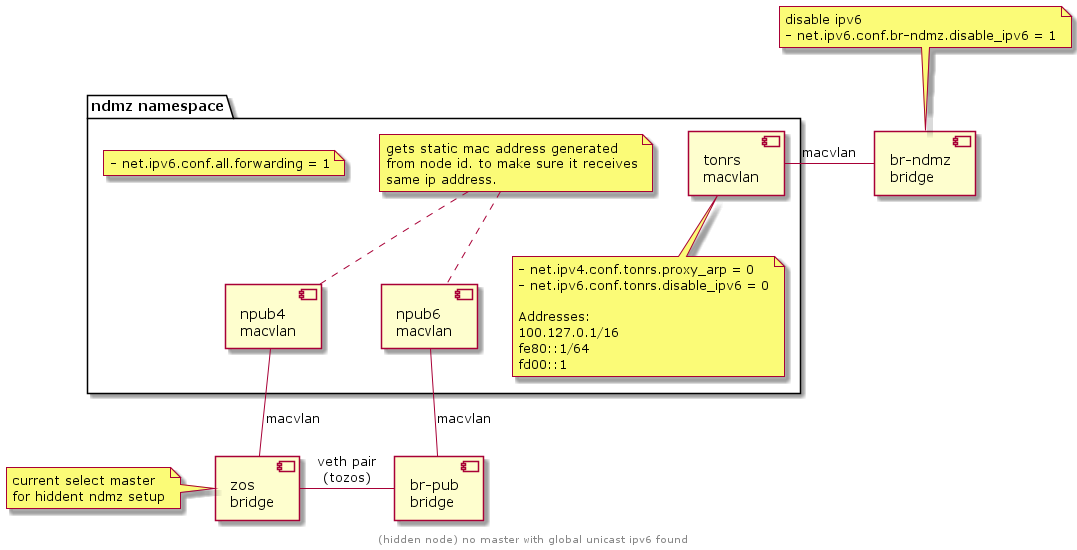
threefoldtech/zos keeps this PlantUML diagram as docs/network/topology/png/ndmz-hidden.png. Above is the earlier version. The source it was exported from:
```plantuml
@startuml
[zos\nbridge] as zos
note left of zos
current select master
for hiddent ndmz setup
end note
[br-pub\nbridge] as brpub
[br-ndmz\nbridge] as brndmz
note top of brndmz
disable ipv6
- net.ipv6.conf.br-ndmz.disable_ipv6 = 1
end note
brpub -left- zos : veth pair\n(tozos)

package "ndmz namespace" {
    [tonrs\nmacvlan] as tonrs
    note bottom of tonrs
    - net.ipv4.conf.tonrs.proxy_arp = 0
    - net.ipv6.conf.tonrs.disable_ipv6 = 0

    Addresses:
    100.127.0.1/16
    fe80::1/64
    fd00::1
    end note
    tonrs - brndmz: macvlan

    [npub6\nmacvlan] as npub6
    npub6 -right- brpub: macvlan

    [npub4\nmacvlan] as npub4
    npub4 -down- zos: macvlan

    note as MAC
    gets static mac address generated
    from node id. to make sure it receives
    same ip address.
    end note

    MAC .. npub4
    MAC .. npub6

    note as setup
    - net.ipv6.conf.all.forwarding = 1
    end note
}

footer (hidden node) no master with global unicast ipv6 found
@enduml
```
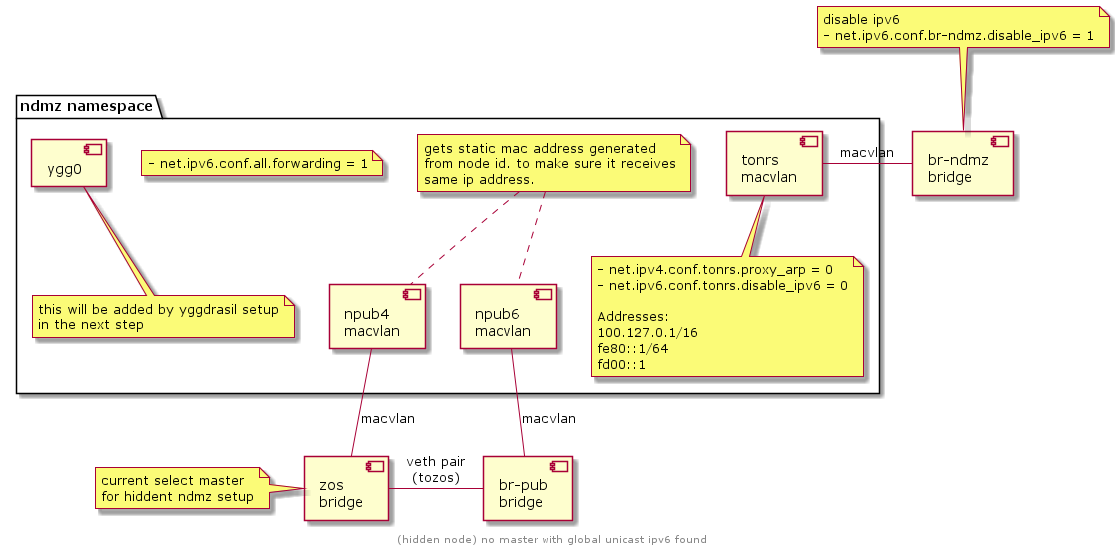
The same file after the commit.

Commit message:
yggdrasil setup

Change to the diagram source:
```diff
@@ -43,6 +43,12 @@
     note as setup
     - net.ipv6.conf.all.forwarding = 1
     end note
+
+    [ygg0]
+    note bottom of ygg0
+    this will be added by yggdrasil setup
+    in the next step
+    end note
 }
 
 footer (hidden node) no master with global unicast ipv6 found
```
